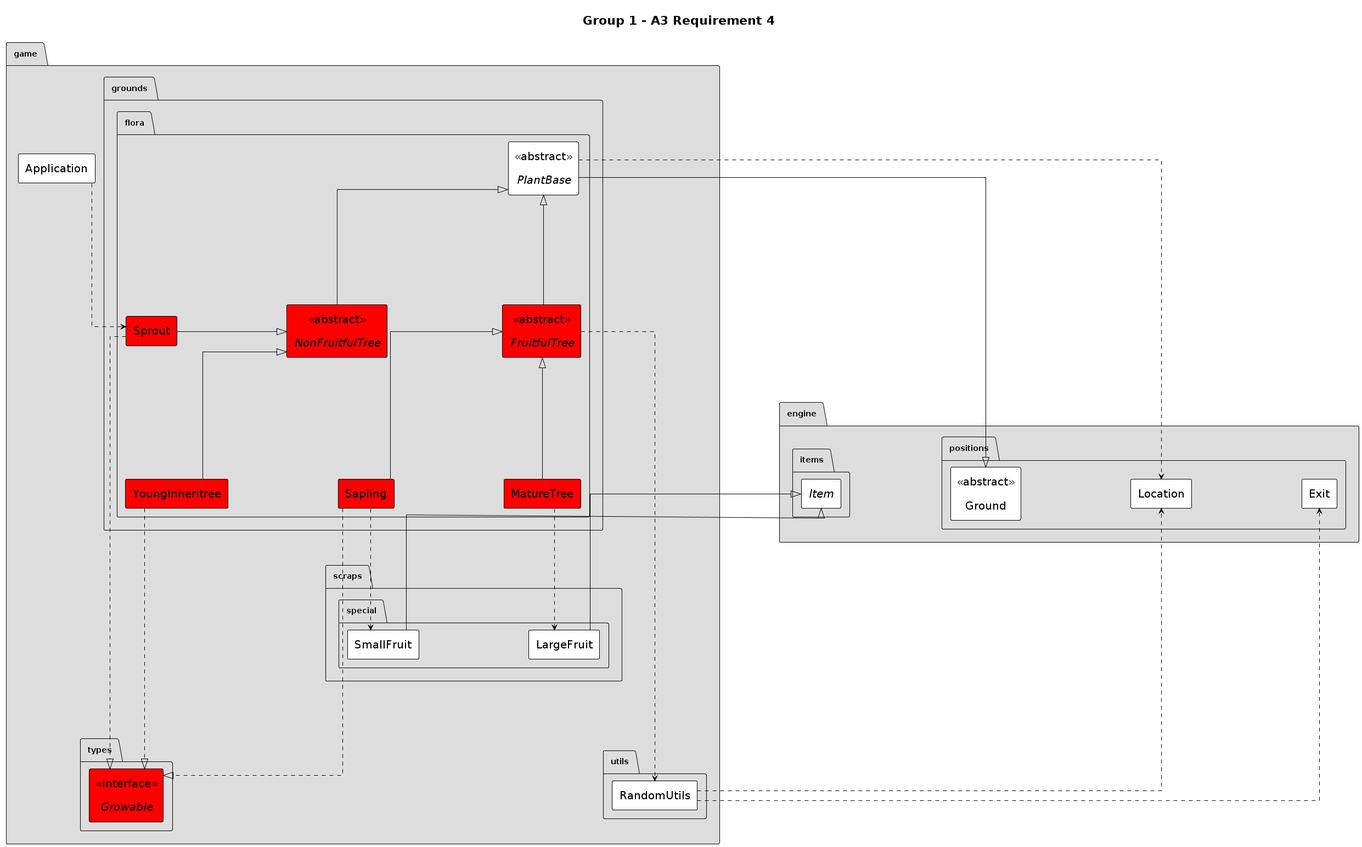
The PlantUML diagram docs/design/assignment3/req04_uml_class.png in BryanChow0112/StaticFactory, before a commit.
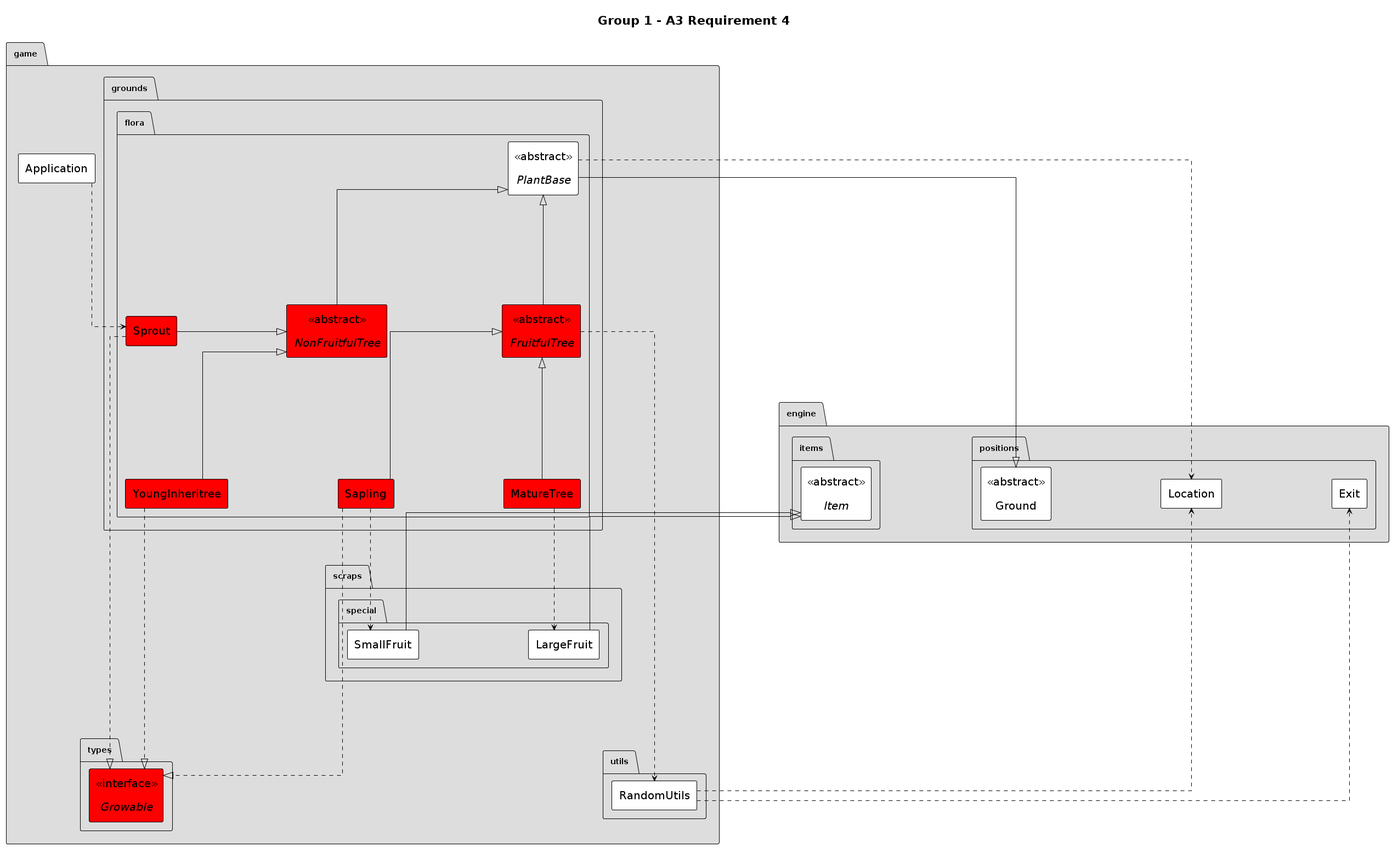
After the commit.

Commit message:
lachlanmacphee: make item class abstract for req04 uml

Diff of the diagram source:
```diff
@@ -24,7 +24,7 @@
 }
 
 package engine.items {
-  abstract class Item
+  abstract class Item <<abstract>>
 }
 
 game.scraps.special.LargeFruit -up-|> engine.items.Item
```
